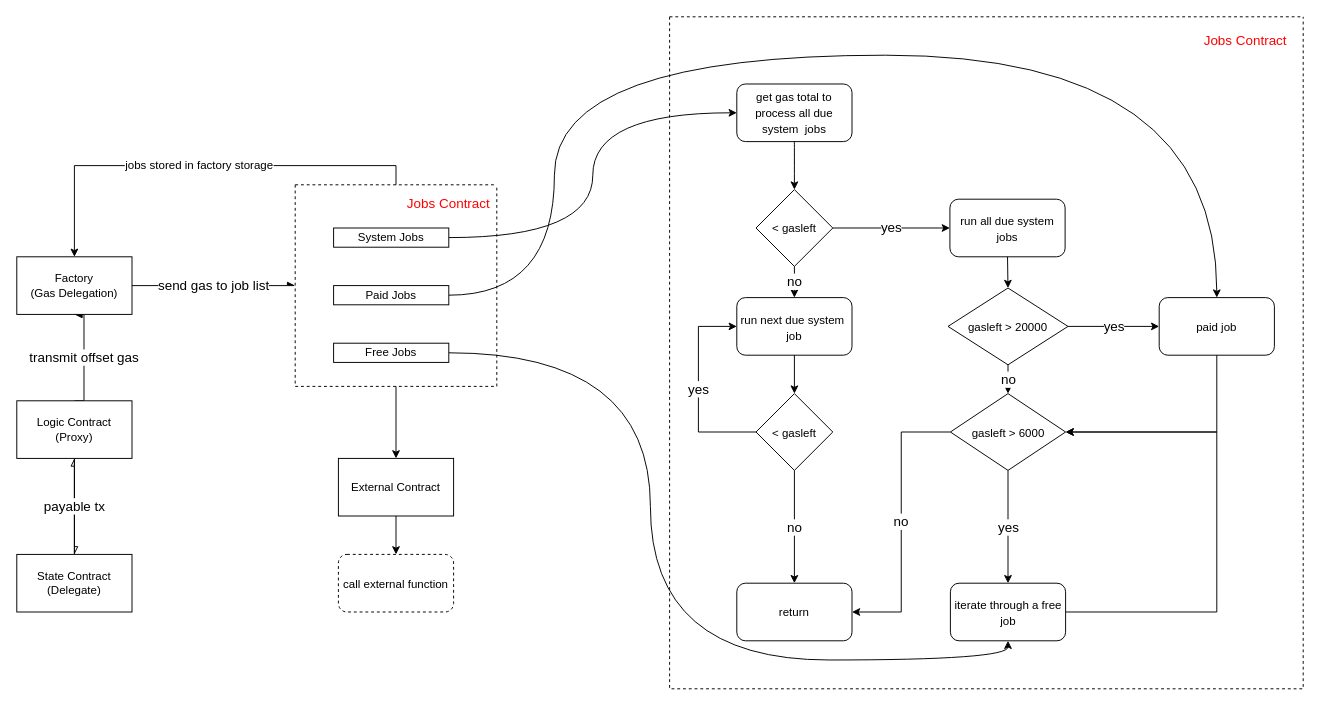
Before: projects/protocol/ll_demo/docs/Splice ISM.drawio in FudgyDRS/splice, a draw.io diagram. Source tidied: cells renumbered, new cells numbered last; positions are measured from the earlier drawing's top-left corner, leaving out a move shared by most shapes. Both pictures are drawn from the tidied source at 96%, with x=0, y=0 at pixel (16, 16).
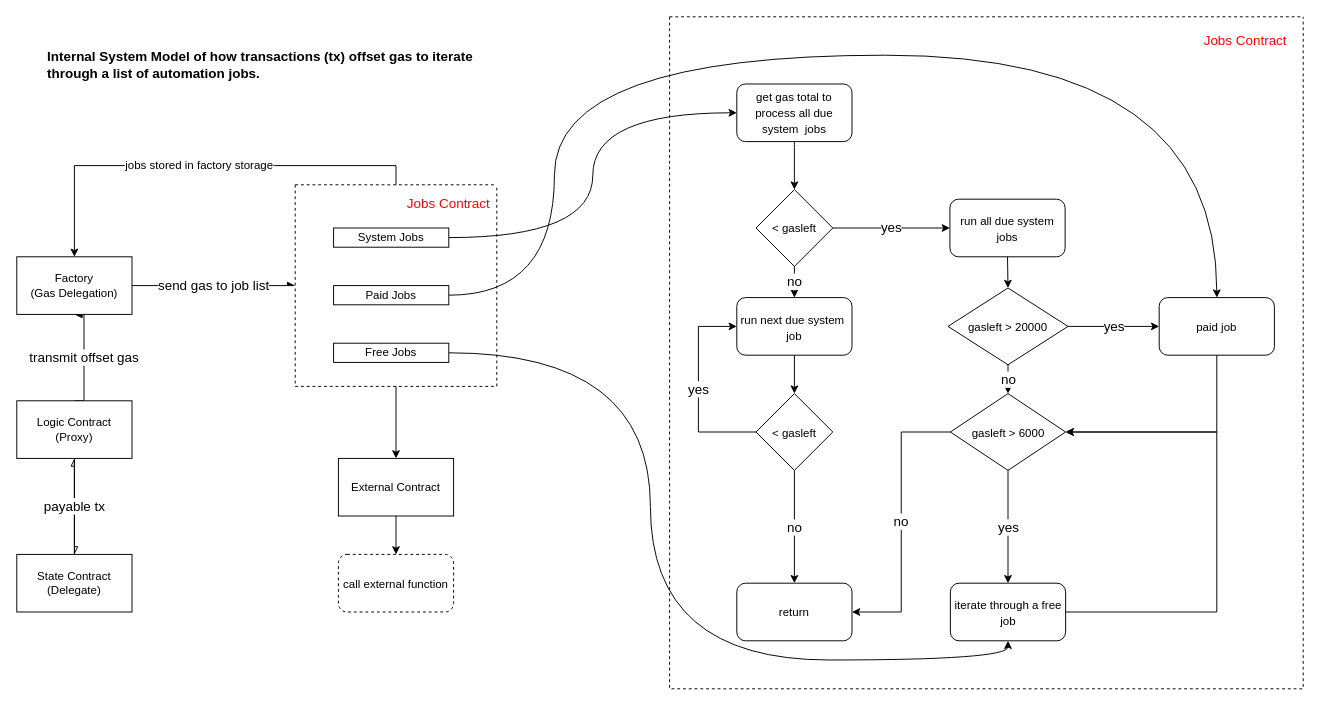
The same page after the edit.

Diff of the diagram source:
```diff
@@
+    <mxCell id="47" value="&lt;div align=&quot;left&quot;&gt;&lt;b&gt;&lt;font style=&quot;font-size: 14px;&quot;&gt;Internal System Model of how transactions (tx) offset gas to iterate through a list of automation jobs.&lt;/font&gt;&lt;/b&gt;&lt;br&gt;&lt;/div&gt;" style="text;html=1;strokeColor=none;fillColor=none;align=left;verticalAlign=middle;whiteSpace=wrap;rounded=0;fontSize=12;fontColor=#000000;" parent="1" vertex="1">
+      <mxGeometry x="30" width="470" height="100" as="geometry" />
+    </mxCell>
```
